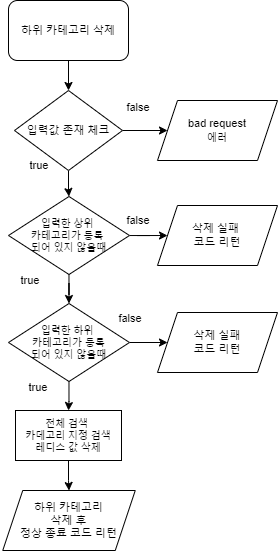
Earlier version of the draw.io export readmefiles/하위카테고리삭제.png (Moonbyeonggeun/categoryApi). Source tidied: cells renumbered, new cells last; positions are measured from the earlier drawing's top-left corner, leaving out a move shared by most shapes. Its diagram source:
```xml
<mxGraphModel>
  <root>
    <mxCell id="0" />
    <mxCell id="1" parent="0" />
    <mxCell id="2" style="edgeStyle=orthogonalEdgeStyle;rounded=0;jettySize=auto;html=1;entryX=0.5;entryY=0;entryDx=0;entryDy=0;fontSize=11;" parent="1" edge="1" source="3" target="6">
      <mxGeometry relative="1" as="geometry" />
    </mxCell>
    <mxCell id="3" value="하위 카테고리 삭제" style="rounded=1;whiteSpace=wrap;html=1;fontSize=11;" parent="1" vertex="1">
      <mxGeometry x="8" width="120" height="60" as="geometry" />
    </mxCell>
    <mxCell id="4" style="edgeStyle=orthogonalEdgeStyle;rounded=0;jettySize=auto;html=1;fontSize=11;" parent="1" edge="1" source="6" target="7">
      <mxGeometry relative="1" as="geometry" />
    </mxCell>
    <mxCell id="5" style="edgeStyle=orthogonalEdgeStyle;rounded=0;jettySize=auto;html=1;fontSize=11;" parent="1" edge="1" source="6" target="11">
      <mxGeometry relative="1" as="geometry" />
    </mxCell>
    <mxCell id="6" value="입력값 존재 체크" style="rhombus;whiteSpace=wrap;html=1;fontSize=11;" parent="1" vertex="1">
      <mxGeometry x="14" y="90" width="108" height="80" as="geometry" />
    </mxCell>
    <mxCell id="7" value="bad request&lt;br style=&quot;font-size: 11px;&quot;&gt;&lt;span style=&quot;font-size: 10px;&quot;&gt;에러&lt;/span&gt;" style="shape=parallelogram;perimeter=parallelogramPerimeter;whiteSpace=wrap;html=1;fixedSize=1;fontSize=11;" parent="1" vertex="1">
      <mxGeometry x="157" y="100" width="120" height="60" as="geometry" />
    </mxCell>
    <mxCell id="8" value="false" style="text;html=1;strokeColor=none;fillColor=none;align=center;verticalAlign=middle;whiteSpace=wrap;rounded=0;fontSize=11;" parent="1" vertex="1">
      <mxGeometry x="108" y="92" width="60" height="30" as="geometry" />
    </mxCell>
    <mxCell id="9" style="edgeStyle=orthogonalEdgeStyle;rounded=0;jettySize=auto;html=1;fontSize=11;" parent="1" edge="1" source="11" target="12">
      <mxGeometry relative="1" as="geometry" />
    </mxCell>
    <mxCell id="10" style="edgeStyle=orthogonalEdgeStyle;rounded=0;jettySize=auto;html=1;fontSize=11;" parent="1" edge="1" source="11" target="17">
      <mxGeometry relative="1" as="geometry" />
    </mxCell>
    <mxCell id="11" value="&lt;font style=&quot;font-size: 10px;&quot;&gt;입력한 상위 &lt;br style=&quot;font-size: 10px;&quot;&gt;카테고리가 등록 &lt;br&gt;되어 있지 않을때&lt;/font&gt;" style="rhombus;whiteSpace=wrap;html=1;fontSize=10;" parent="1" vertex="1">
      <mxGeometry x="8" y="196" width="121" height="78" as="geometry" />
    </mxCell>
    <mxCell id="12" value="삭제 실패 &lt;br style=&quot;font-size: 11px;&quot;&gt;코드 리턴" style="shape=parallelogram;perimeter=parallelogramPerimeter;whiteSpace=wrap;html=1;fixedSize=1;fontSize=11;" parent="1" vertex="1">
      <mxGeometry x="157" y="205" width="120" height="60" as="geometry" />
    </mxCell>
    <mxCell id="13" value="false" style="text;html=1;strokeColor=none;fillColor=none;align=center;verticalAlign=middle;whiteSpace=wrap;rounded=0;fontSize=11;" parent="1" vertex="1">
      <mxGeometry x="108" y="205" width="60" height="30" as="geometry" />
    </mxCell>
    <mxCell id="14" value="true" style="text;html=1;strokeColor=none;fillColor=none;align=center;verticalAlign=middle;whiteSpace=wrap;rounded=0;fontSize=11;" parent="1" vertex="1">
      <mxGeometry x="9" y="150" width="60" height="30" as="geometry" />
    </mxCell>
    <mxCell id="15" style="edgeStyle=orthogonalEdgeStyle;rounded=0;jettySize=auto;html=1;fontSize=11;" parent="1" edge="1" source="17" target="18">
      <mxGeometry relative="1" as="geometry" />
    </mxCell>
    <mxCell id="16" style="edgeStyle=orthogonalEdgeStyle;rounded=0;jettySize=auto;html=1;" parent="1" edge="1" source="17" target="24">
      <mxGeometry relative="1" as="geometry" />
    </mxCell>
    <mxCell id="17" value="&lt;font style=&quot;font-size: 10px;&quot;&gt;입력한 하위 &lt;br style=&quot;font-size: 10px;&quot;&gt;카테고리가&amp;nbsp;&lt;/font&gt;등록&lt;br&gt;되어 있지 않을때" style="rhombus;whiteSpace=wrap;html=1;fontSize=10;" parent="1" vertex="1">
      <mxGeometry x="8" y="303" width="121" height="78" as="geometry" />
    </mxCell>
    <mxCell id="18" value="삭제 실패&lt;br&gt;코드 리턴" style="shape=parallelogram;perimeter=parallelogramPerimeter;whiteSpace=wrap;html=1;fixedSize=1;fontSize=11;" parent="1" vertex="1">
      <mxGeometry x="157" y="312" width="120" height="60" as="geometry" />
    </mxCell>
    <mxCell id="19" value="하위 카테고리&lt;br&gt;삭제 후&lt;br style=&quot;font-size: 11px;&quot;&gt;정상 종료 코드 리턴" style="shape=parallelogram;perimeter=parallelogramPerimeter;whiteSpace=wrap;html=1;fixedSize=1;fontSize=11;" parent="1" vertex="1">
      <mxGeometry x="2.2" y="490" width="132.5" height="60" as="geometry" />
    </mxCell>
    <mxCell id="20" value="true" style="text;html=1;strokeColor=none;fillColor=none;align=center;verticalAlign=middle;whiteSpace=wrap;rounded=0;fontSize=11;" parent="1" vertex="1">
      <mxGeometry y="265" width="60" height="30" as="geometry" />
    </mxCell>
    <mxCell id="21" value="false" style="text;html=1;strokeColor=none;fillColor=none;align=center;verticalAlign=middle;whiteSpace=wrap;rounded=0;fontSize=11;" parent="1" vertex="1">
      <mxGeometry x="100" y="303" width="60" height="30" as="geometry" />
    </mxCell>
    <mxCell id="22" value="true" style="text;html=1;strokeColor=none;fillColor=none;align=center;verticalAlign=middle;whiteSpace=wrap;rounded=0;fontSize=11;" parent="1" vertex="1">
      <mxGeometry x="8" y="372" width="60" height="30" as="geometry" />
    </mxCell>
    <mxCell id="23" style="edgeStyle=orthogonalEdgeStyle;rounded=0;jettySize=auto;html=1;" parent="1" edge="1" source="24" target="19">
      <mxGeometry relative="1" as="geometry" />
    </mxCell>
    <mxCell id="24" value="전체 검색 &lt;br&gt;카데고리 지정 검색&lt;br&gt;레디스 값 삭제" style="rounded=0;whiteSpace=wrap;html=1;fontSize=10;" parent="1" vertex="1">
      <mxGeometry x="15" y="410" width="106" height="50" as="geometry" />
    </mxCell>
  </root>
</mxGraphModel>
```
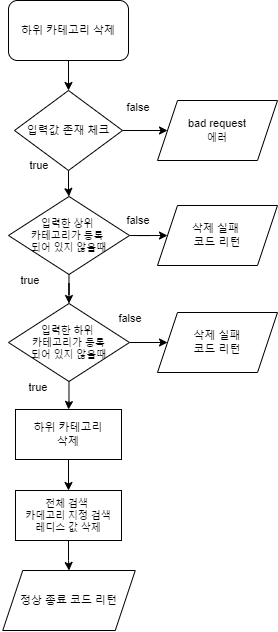
The same file after the commit.

Diff of the diagram source:
```diff
@@ -44,17 +44,17 @@
     <mxCell id="15" style="edgeStyle=orthogonalEdgeStyle;rounded=0;jettySize=auto;html=1;fontSize=11;" parent="1" edge="1" source="17" target="18">
       <mxGeometry relative="1" as="geometry" />
     </mxCell>
-    <mxCell id="16" style="edgeStyle=orthogonalEdgeStyle;rounded=0;jettySize=auto;html=1;" parent="1" edge="1" source="17" target="24">
-      <mxGeometry relative="1" as="geometry" />
-    </mxCell>
+    <mxCell id="25" style="edgeStyle=orthogonalEdgeStyle;rounded=0;jettySize=auto;html=1;" parent="1" edge="1" source="17" target="27">
+      <mxGeometry relative="1" as="geometry" />
+    </mxCell>
     <mxCell id="17" value="&lt;font style=&quot;font-size: 10px;&quot;&gt;입력한 하위 &lt;br style=&quot;font-size: 10px;&quot;&gt;카테고리가&amp;nbsp;&lt;/font&gt;등록&lt;br&gt;되어 있지 않을때" style="rhombus;whiteSpace=wrap;html=1;fontSize=10;" parent="1" vertex="1">
       <mxGeometry x="8" y="303" width="121" height="78" as="geometry" />
     </mxCell>
     <mxCell id="18" value="삭제 실패&lt;br&gt;코드 리턴" style="shape=parallelogram;perimeter=parallelogramPerimeter;whiteSpace=wrap;html=1;fixedSize=1;fontSize=11;" parent="1" vertex="1">
       <mxGeometry x="157" y="312" width="120" height="60" as="geometry" />
     </mxCell>
-    <mxCell id="19" value="하위 카테고리&lt;br&gt;삭제 후&lt;br style=&quot;font-size: 11px;&quot;&gt;정상 종료 코드 리턴" style="shape=parallelogram;perimeter=parallelogramPerimeter;whiteSpace=wrap;html=1;fixedSize=1;fontSize=11;" parent="1" vertex="1">
-      <mxGeometry x="2.2" y="490" width="132.5" height="60" as="geometry" />
+    <mxCell id="19" value="정상 종료 코드 리턴" style="shape=parallelogram;perimeter=parallelogramPerimeter;whiteSpace=wrap;html=1;fixedSize=1;fontSize=11;" parent="1" vertex="1">
+      <mxGeometry x="2.2" y="570" width="132.5" height="60" as="geometry" />
     </mxCell>
     <mxCell id="20" value="true" style="text;html=1;strokeColor=none;fillColor=none;align=center;verticalAlign=middle;whiteSpace=wrap;rounded=0;fontSize=11;" parent="1" vertex="1">
       <mxGeometry y="265" width="60" height="30" as="geometry" />
@@ -69,7 +69,13 @@
       <mxGeometry relative="1" as="geometry" />
     </mxCell>
     <mxCell id="24" value="전체 검색 &lt;br&gt;카데고리 지정 검색&lt;br&gt;레디스 값 삭제" style="rounded=0;whiteSpace=wrap;html=1;fontSize=10;" parent="1" vertex="1">
-      <mxGeometry x="15" y="410" width="106" height="50" as="geometry" />
+      <mxGeometry x="15" y="490" width="106" height="50" as="geometry" />
     </mxCell>
+    <mxCell id="26" style="edgeStyle=orthogonalEdgeStyle;rounded=0;jettySize=auto;html=1;" parent="1" edge="1" source="27" target="24">
+      <mxGeometry relative="1" as="geometry" />
+    </mxCell>
+    <mxCell id="27" value="&lt;span style=&quot;font-size: 11px;&quot;&gt;하위 카테고리&lt;/span&gt;&lt;br style=&quot;font-size: 11px;&quot;&gt;&lt;span style=&quot;font-size: 11px;&quot;&gt;삭제&lt;/span&gt;" style="rounded=0;whiteSpace=wrap;html=1;fontSize=10;" parent="1" vertex="1">
+      <mxGeometry x="15" y="409" width="106" height="50" as="geometry" />
+    </mxCell>
   </root>
 </mxGraphModel>
```
